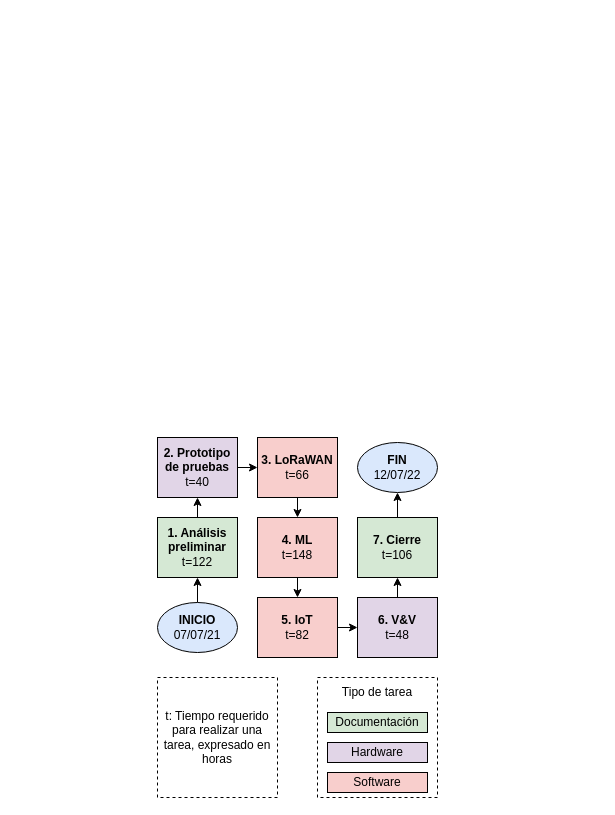
mauriciobarroso/UBA_MSE-6Co2021_GTI_Plan keeps this draw.io diagram as plan_mse.drawio. Above is the earlier version. Source tidied: cells renumbered, new cells numbered last; positions are measured from the earlier drawing's top-left corner, leaving out a move shared by most shapes. Both pictures are drawn from the tidied source at 100%, with x=0, y=0 at pixel (157, 437).
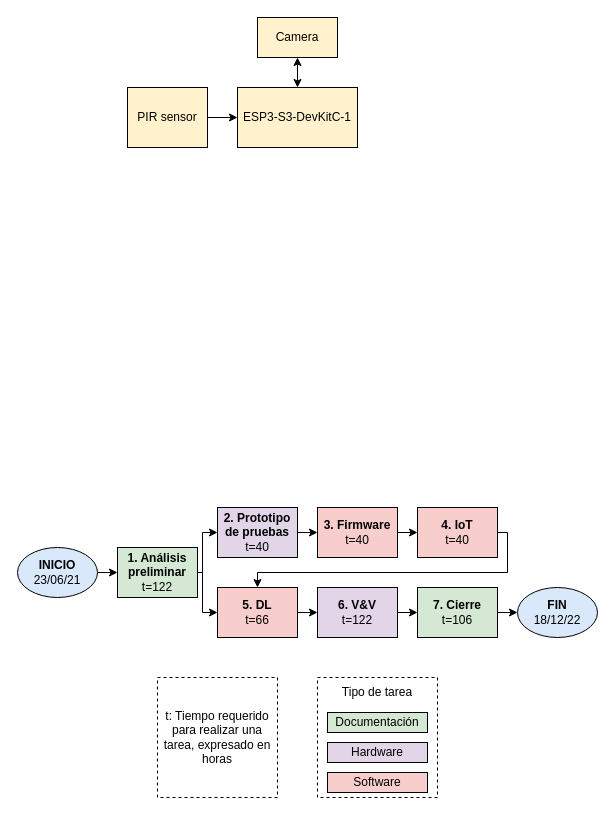
Above is the later version.

The edit, as a diff of the source:
```diff
@@
-    <mxCell id="2" style="edgeStyle=orthogonalEdgeStyle;rounded=0;jettySize=auto;html=1;exitX=0.5;exitY=0;exitDx=0;exitDy=0;entryX=0.5;entryY=1;entryDx=0;entryDy=0;" parent="1" edge="1" source="3" target="5">
+    <mxCell id="2" style="edgeStyle=orthogonalEdgeStyle;rounded=0;jettySize=auto;html=1;exitX=1;exitY=0.5;exitDx=0;exitDy=0;entryX=0;entryY=0.5;entryDx=0;entryDy=0;" parent="1" edge="1" source="3" target="5">
       <mxGeometry relative="1" as="geometry" />
     </mxCell>
-    <mxCell id="3" value="&lt;b&gt;INICIO&lt;/b&gt;&lt;br&gt;07/07/21" style="ellipse;whiteSpace=wrap;html=1;fillColor=#dae8fc;" parent="1" vertex="1">
-      <mxGeometry y="165" width="80" height="50" as="geometry" />
+    <mxCell id="3" value="&lt;b&gt;INICIO&lt;/b&gt;&lt;br&gt;23/06/21" style="ellipse;whiteSpace=wrap;html=1;fillColor=#dae8fc;" parent="1" vertex="1">
+      <mxGeometry x="-140" y="110" width="80" height="50" as="geometry" />
     </mxCell>
-    <mxCell id="4" style="edgeStyle=orthogonalEdgeStyle;rounded=0;jettySize=auto;html=1;exitX=0.5;exitY=0;exitDx=0;exitDy=0;entryX=0.5;entryY=1;entryDx=0;entryDy=0;" parent="1" edge="1" source="5" target="7">
-      <mxGeometry relative="1" as="geometry" />
+    <mxCell id="4" style="rounded=0;jettySize=auto;html=1;exitX=1;exitY=0.5;exitDx=0;exitDy=0;entryX=0;entryY=0.5;entryDx=0;entryDy=0;edgeStyle=orthogonalEdgeStyle;" parent="1" edge="1" source="5" target="7">
+      <mxGeometry relative="1" as="geometry">
+        <Array as="points">
+          <mxPoint x="45" y="135" />
+          <mxPoint x="45" y="95" />
+        </Array>
+      </mxGeometry>
     </mxCell>
+    <mxCell id="25" style="edgeStyle=orthogonalEdgeStyle;rounded=0;jettySize=auto;html=1;exitX=1;exitY=0.5;exitDx=0;exitDy=0;entryX=0;entryY=0.5;entryDx=0;entryDy=0;" parent="1" edge="1" source="5" target="9">
+      <mxGeometry relative="1" as="geometry">
+        <Array as="points">
+          <mxPoint x="45" y="135" />
+          <mxPoint x="45" y="175" />
+        </Array>
+      </mxGeometry>
+    </mxCell>
     <mxCell id="5" value="&lt;b&gt;1. Análisis preliminar&lt;/b&gt;&lt;br&gt;t=122" style="rounded=0;whiteSpace=wrap;html=1;fillColor=#d5e8d4;" parent="1" vertex="1">
-      <mxGeometry y="80" width="80" height="60" as="geometry" />
+      <mxGeometry x="-40" y="110" width="80" height="50" as="geometry" />
     </mxCell>
-    <mxCell id="6" style="edgeStyle=orthogonalEdgeStyle;rounded=0;jettySize=auto;html=1;exitX=1;exitY=0.5;exitDx=0;exitDy=0;entryX=0;entryY=0.5;entryDx=0;entryDy=0;" parent="1" edge="1" source="7" target="9">
-      <mxGeometry relative="1" as="geometry" />
-    </mxCell>
+    <mxCell id="26" style="edgeStyle=none;rounded=0;jettySize=auto;html=1;exitX=1;exitY=0.5;exitDx=0;exitDy=0;entryX=0;entryY=0.5;entryDx=0;entryDy=0;" parent="1" edge="1" source="7" target="29">
+      <mxGeometry relative="1" as="geometry" />
+    </mxCell>
-    <mxCell id="7" value="&lt;b&gt;2. Prototipo de pruebas&lt;/b&gt;&lt;br&gt;t=40" style="rounded=0;whiteSpace=wrap;html=1;fillColor=#e1d5e7;" parent="1" vertex="1">
-      <mxGeometry width="80" height="60" as="geometry" />
+    <mxCell id="7" value="&lt;b&gt;2. Prototipo de pruebas&lt;/b&gt;&lt;br&gt;t=40" style="rounded=0;whiteSpace=wrap;html=1;fillColor=#e1d5e7;strokeColor=default;" parent="1" vertex="1">
+      <mxGeometry x="60" y="70" width="80" height="50" as="geometry" />
     </mxCell>
-    <mxCell id="8" style="edgeStyle=orthogonalEdgeStyle;rounded=0;jettySize=auto;html=1;exitX=0.5;exitY=1;exitDx=0;exitDy=0;entryX=0.5;entryY=0;entryDx=0;entryDy=0;" parent="1" edge="1" source="9" target="11">
-      <mxGeometry relative="1" as="geometry" />
-    </mxCell>
+    <mxCell id="27" style="edgeStyle=orthogonalEdgeStyle;rounded=0;jettySize=auto;html=1;exitX=1;exitY=0.5;exitDx=0;exitDy=0;entryX=0;entryY=0.5;entryDx=0;entryDy=0;" parent="1" edge="1" source="9" target="33">
+      <mxGeometry relative="1" as="geometry" />
+    </mxCell>
-    <mxCell id="9" value="&lt;b&gt;3. LoRaWAN&lt;/b&gt;&lt;br&gt;t=66" style="rounded=0;whiteSpace=wrap;html=1;fillColor=#f8cecc;" parent="1" vertex="1">
-      <mxGeometry x="100" width="80" height="60" as="geometry" />
+    <mxCell id="9" value="&lt;b&gt;5. DL&lt;/b&gt;&lt;br&gt;t=66" style="rounded=0;whiteSpace=wrap;html=1;fillColor=#f8cecc;" parent="1" vertex="1">
+      <mxGeometry x="60" y="150" width="80" height="50" as="geometry" />
     </mxCell>
-    <mxCell id="10" style="edgeStyle=orthogonalEdgeStyle;rounded=0;jettySize=auto;html=1;exitX=0.5;exitY=1;exitDx=0;exitDy=0;entryX=0.5;entryY=0;entryDx=0;entryDy=0;" parent="1" edge="1" source="11" target="13">
-      <mxGeometry relative="1" as="geometry" />
-    </mxCell>
-    <mxCell id="11" value="&lt;b&gt;4. ML&lt;/b&gt;&lt;br&gt;t=148" style="rounded=0;whiteSpace=wrap;html=1;fillColor=#f8cecc;" parent="1" vertex="1">
-      <mxGeometry x="100" y="80" width="80" height="60" as="geometry" />
-    </mxCell>
-    <mxCell id="12" style="edgeStyle=orthogonalEdgeStyle;rounded=0;jettySize=auto;html=1;exitX=1;exitY=0.5;exitDx=0;exitDy=0;entryX=0;entryY=0.5;entryDx=0;entryDy=0;" parent="1" edge="1" source="13" target="15">
-      <mxGeometry relative="1" as="geometry" />
-    </mxCell>
-    <mxCell id="13" value="&lt;b&gt;5. IoT&lt;/b&gt;&lt;br&gt;t=82" style="rounded=0;whiteSpace=wrap;html=1;fillColor=#f8cecc;" parent="1" vertex="1">
-      <mxGeometry x="100" y="160" width="80" height="60" as="geometry" />
-    </mxCell>
-    <mxCell id="14" style="edgeStyle=orthogonalEdgeStyle;rounded=0;jettySize=auto;html=1;exitX=0.5;exitY=0;exitDx=0;exitDy=0;entryX=0.5;entryY=1;entryDx=0;entryDy=0;" parent="1" edge="1" source="15" target="17">
-      <mxGeometry relative="1" as="geometry" />
-    </mxCell>
-    <mxCell id="15" value="&lt;b&gt;6. V&amp;amp;V&lt;/b&gt;&lt;br&gt;t=48" style="rounded=0;whiteSpace=wrap;html=1;fillColor=#e1d5e7;" parent="1" vertex="1">
-      <mxGeometry x="200" y="160" width="80" height="60" as="geometry" />
-    </mxCell>
-    <mxCell id="16" style="edgeStyle=orthogonalEdgeStyle;rounded=0;jettySize=auto;html=1;exitX=0.5;exitY=0;exitDx=0;exitDy=0;entryX=0.5;entryY=1;entryDx=0;entryDy=0;" parent="1" edge="1" source="17" target="18">
-      <mxGeometry relative="1" as="geometry" />
-    </mxCell>
-    <mxCell id="17" value="&lt;b&gt;7. Cierre&lt;/b&gt;&lt;br&gt;t=106" style="rounded=0;whiteSpace=wrap;html=1;fillColor=#d5e8d4;" parent="1" vertex="1">
-      <mxGeometry x="200" y="80" width="80" height="60" as="geometry" />
-    </mxCell>
-    <mxCell id="18" value="&lt;b&gt;FIN&lt;/b&gt;&lt;br&gt;12/07/22" style="ellipse;whiteSpace=wrap;html=1;fillColor=#dae8fc;" parent="1" vertex="1">
-      <mxGeometry x="200" y="5" width="80" height="50" as="geometry" />
-    </mxCell>
@@
+    <mxCell id="28" style="edgeStyle=none;rounded=0;jettySize=auto;html=1;exitX=1;exitY=0.5;exitDx=0;exitDy=0;entryX=0;entryY=0.5;entryDx=0;entryDy=0;" parent="1" edge="1" source="29" target="31">
+      <mxGeometry relative="1" as="geometry" />
+    </mxCell>
+    <mxCell id="29" value="&lt;b&gt;3. Firmware&lt;/b&gt;&lt;br&gt;t=40" style="rounded=0;whiteSpace=wrap;html=1;fillColor=#f8cecc;strokeColor=default;" parent="1" vertex="1">
+      <mxGeometry x="160" y="70" width="80" height="50" as="geometry" />
+    </mxCell>
+    <mxCell id="30" style="edgeStyle=orthogonalEdgeStyle;rounded=0;jettySize=auto;html=1;exitX=1;exitY=0.5;exitDx=0;exitDy=0;entryX=0.5;entryY=0;entryDx=0;entryDy=0;" parent="1" edge="1" source="31" target="9">
+      <mxGeometry relative="1" as="geometry">
+        <Array as="points">
+          <mxPoint x="350" y="95" />
+          <mxPoint x="350" y="135" />
+          <mxPoint x="100" y="135" />
+        </Array>
+      </mxGeometry>
+    </mxCell>
+    <mxCell id="31" value="&lt;b&gt;4. IoT&lt;/b&gt;&lt;br&gt;t=40" style="rounded=0;whiteSpace=wrap;html=1;fillColor=#f8cecc;strokeColor=default;" parent="1" vertex="1">
+      <mxGeometry x="260" y="70" width="80" height="50" as="geometry" />
+    </mxCell>
+    <mxCell id="32" style="edgeStyle=orthogonalEdgeStyle;rounded=0;jettySize=auto;html=1;exitX=1;exitY=0.5;exitDx=0;exitDy=0;entryX=0;entryY=0.5;entryDx=0;entryDy=0;" parent="1" edge="1" source="33" target="17">
+      <mxGeometry relative="1" as="geometry" />
+    </mxCell>
+    <mxCell id="33" value="&lt;b&gt;6. V&amp;amp;V&lt;br&gt;&lt;/b&gt;t=122" style="rounded=0;whiteSpace=wrap;html=1;fillColor=#e1d5e7;strokeColor=default;" parent="1" vertex="1">
+      <mxGeometry x="160" y="150" width="80" height="50" as="geometry" />
+    </mxCell>
+    <mxCell id="34" style="edgeStyle=orthogonalEdgeStyle;rounded=0;jettySize=auto;html=1;exitX=1;exitY=0.5;exitDx=0;exitDy=0;entryX=0;entryY=0.5;entryDx=0;entryDy=0;" parent="1" edge="1" source="17" target="35">
+      <mxGeometry relative="1" as="geometry" />
+    </mxCell>
+    <mxCell id="17" value="&lt;b&gt;7. Cierre&lt;/b&gt;&lt;br&gt;t=106" style="rounded=0;whiteSpace=wrap;html=1;fillColor=#d5e8d4;" parent="1" vertex="1">
+      <mxGeometry x="260" y="150" width="80" height="50" as="geometry" />
+    </mxCell>
+    <mxCell id="35" value="&lt;b&gt;FIN&lt;/b&gt;&lt;br&gt;18/12/22" style="ellipse;whiteSpace=wrap;html=1;fillColor=#dae8fc;" parent="1" vertex="1">
+      <mxGeometry x="360" y="150" width="80" height="50" as="geometry" />
+    </mxCell>
+    <mxCell id="36" value="ESP3-S3-DevKitC-1" style="rounded=0;whiteSpace=wrap;html=1;fillColor=#fff2cc;strokeColor=default;shadow=0;" parent="1" vertex="1">
+      <mxGeometry x="80" y="-350" width="120" height="60" as="geometry" />
+    </mxCell>
+    <mxCell id="37" style="edgeStyle=orthogonalEdgeStyle;rounded=0;jettySize=auto;html=1;exitX=0.5;exitY=1;exitDx=0;exitDy=0;entryX=0.5;entryY=0;entryDx=0;entryDy=0;startArrow=classic;startFill=1;fillColor=#fff2cc;strokeColor=default;shadow=0;" parent="1" edge="1" source="38" target="36">
+      <mxGeometry relative="1" as="geometry" />
+    </mxCell>
+    <mxCell id="38" value="Camera" style="rounded=0;whiteSpace=wrap;html=1;fillColor=#fff2cc;strokeColor=default;shadow=0;" parent="1" vertex="1">
+      <mxGeometry x="100" y="-420" width="80" height="40" as="geometry" />
+    </mxCell>
+    <mxCell id="39" style="edgeStyle=orthogonalEdgeStyle;rounded=0;jettySize=auto;html=1;exitX=1;exitY=0.5;exitDx=0;exitDy=0;entryX=0;entryY=0.5;entryDx=0;entryDy=0;fillColor=#fff2cc;strokeColor=default;shadow=0;" parent="1" edge="1" source="40" target="36">
+      <mxGeometry relative="1" as="geometry" />
+    </mxCell>
+    <mxCell id="40" value="PIR sensor" style="rounded=0;whiteSpace=wrap;html=1;fillColor=#fff2cc;strokeColor=default;shadow=0;" parent="1" vertex="1">
+      <mxGeometry x="-30" y="-350" width="80" height="60" as="geometry" />
+    </mxCell>
```
